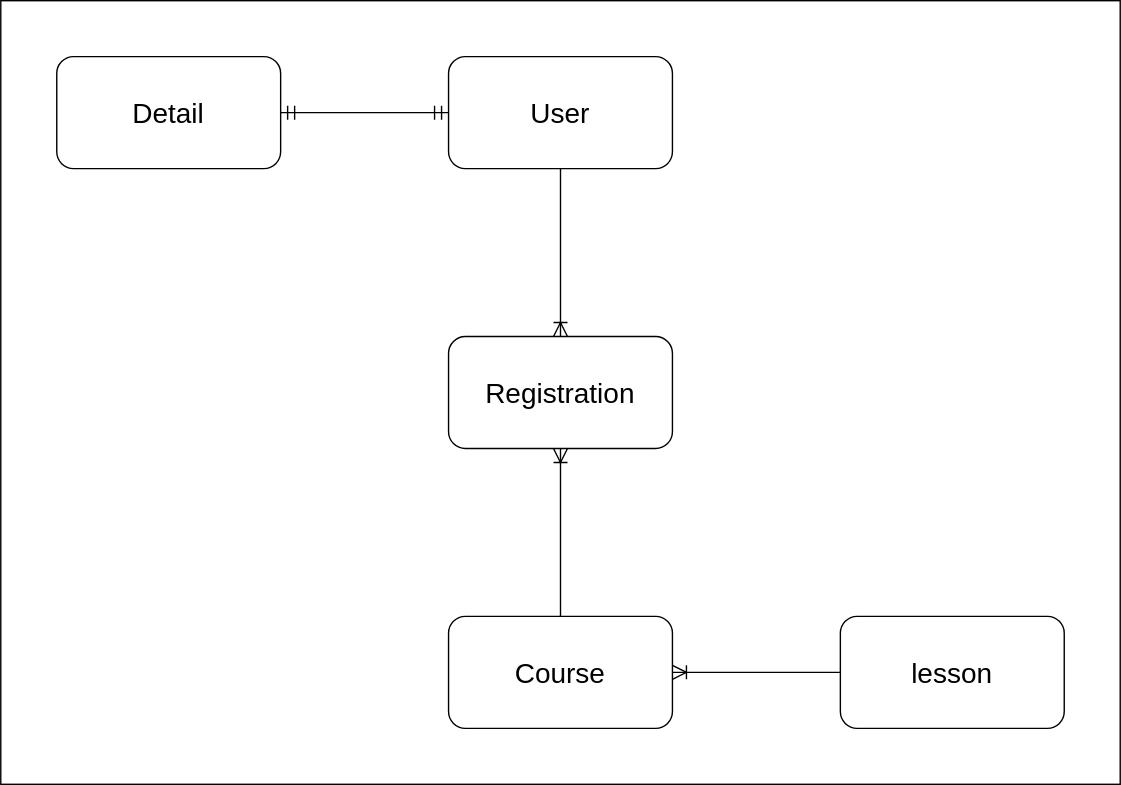
Before: Public/RelationModel.drawio.svg, a diagram exported from draw.io (narto12345/Courses-API). Source tidied: cells renumbered, new cells last; positions are measured from the earlier drawing's top-left corner, leaving out a move shared by most shapes.
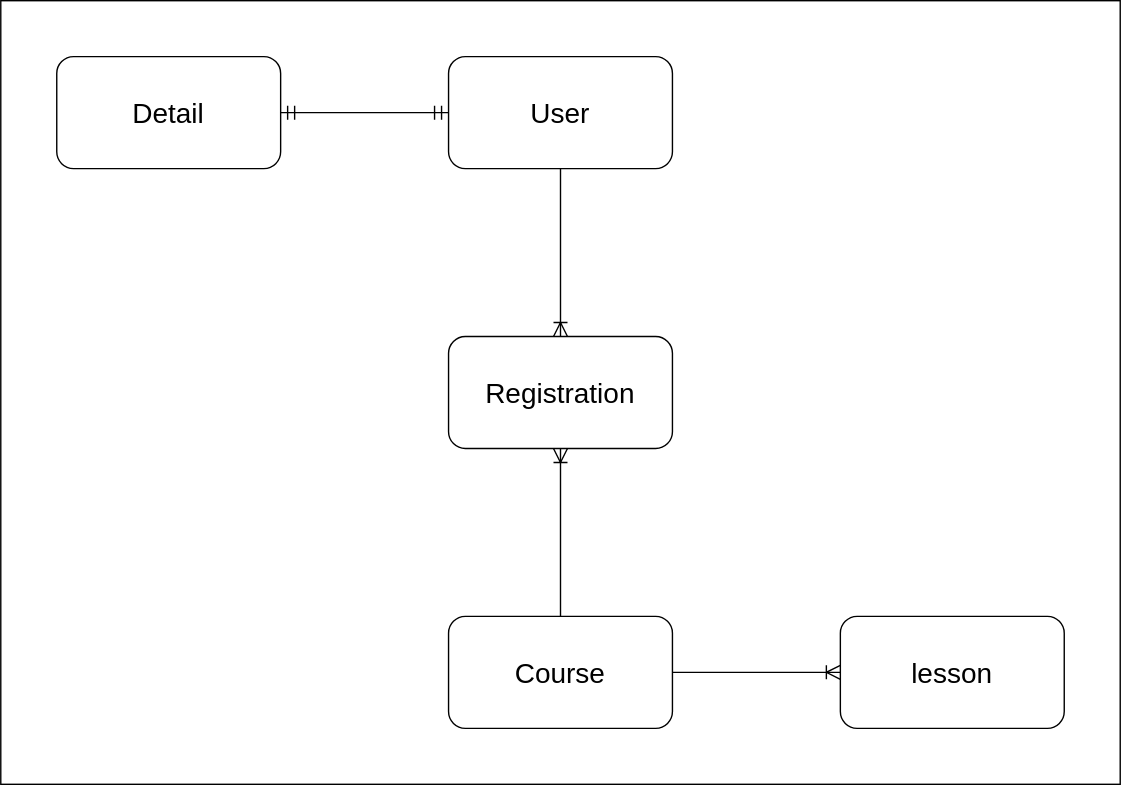
The same diagram one commit later.

The edit, as a diff of the source:
```diff
@@ -11,7 +11,7 @@
     <mxCell id="4" value="Detail" style="rounded=1;whiteSpace=wrap;html=1;fontSize=20;" parent="1" vertex="1">
       <mxGeometry x="40" y="40" width="160" height="80" as="geometry" />
     </mxCell>
-    <mxCell id="5" style="fontSize=12;html=1;endArrow=ERoneToMany;rounded=0;startSize=8;endSize=8;exitX=0;exitY=0.5;exitDx=0;exitDy=0;entryX=1;entryY=0.5;entryDx=0;entryDy=0;" parent="1" edge="1" source="9" target="7">
+    <mxCell id="5" style="fontSize=12;html=1;endArrow=ERoneToMany;rounded=0;startSize=8;endSize=8;exitX=1;exitY=0.5;exitDx=0;exitDy=0;entryX=0;entryY=0.5;entryDx=0;entryDy=0;" parent="1" edge="1" source="7" target="9">
       <mxGeometry relative="1" as="geometry" />
     </mxCell>
     <mxCell id="6" style="fontSize=12;html=1;endArrow=ERmandOne;startArrow=ERmandOne;rounded=0;startSize=8;endSize=8;exitX=1;exitY=0.5;exitDx=0;exitDy=0;entryX=0;entryY=0.5;entryDx=0;entryDy=0;" parent="1" edge="1" source="4" target="3">
```
